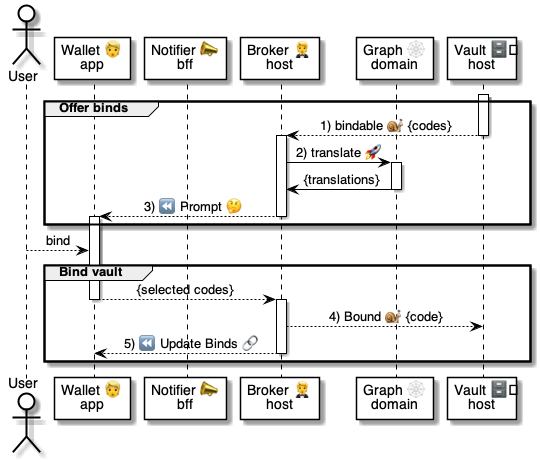
This is 5 ⏩ Flows/80 🗄️⏩ Vaults/.📎 Assets/⚙️ Bind vault.png from pollyweb-org/pollyweb-docs, a PlantUML export, as it was before one commit. Its source is kept beside it as 5 ⏩ Flows/80 🗄️⏩ Vaults/.📎 Assets/⚙️ Bind vault.puml.
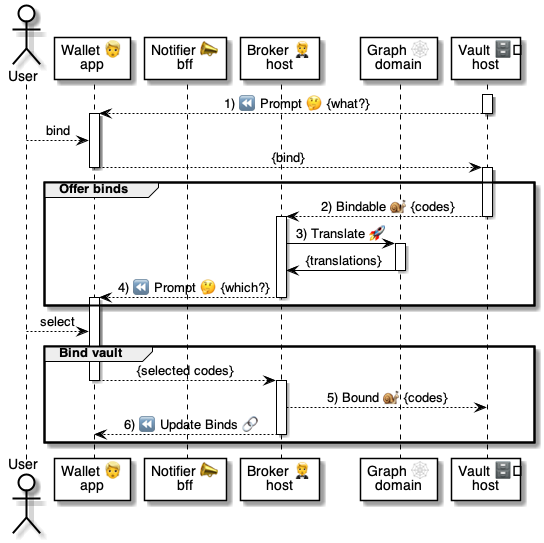
The same file after the commit.

Diff of the diagram source:
```diff
@@ -10,20 +10,29 @@
 
 
 activate vault
+vault --> wallet: 1) ⏪ Prompt 🤔 {what?}
+deactivate vault
+
+activate wallet
+user --> wallet: bind
+wallet --> vault: {bind}
+deactivate wallet
+
+activate vault
 
 group Offer binds
 
-    vault --> broker: 1) Bindable 🐌 {codes}
+    vault --> broker: 2) Bindable 🐌 {codes}
     deactivate vault
 
     activate broker
 
-        broker -> graph: 2) Translate 🚀
+        broker -> graph: 3) Translate 🚀
         activate graph
             graph -> broker: {translations}
         deactivate
 
-        broker --> wallet: 3) ⏪ Prompt 🤔
+        broker --> wallet: 4) ⏪ Prompt 🤔 {which?}
     deactivate broker
 
     activate wallet
@@ -32,7 +41,7 @@
 
 
 
-user --> wallet: bind
+user --> wallet: select
 
 
 group Bind vault
@@ -41,8 +50,8 @@
     deactivate wallet
 
     activate broker
-        broker --> vault: 4) Bound 🐌 {codes}
-        broker --> wallet:  5) ⏪ Update Binds 🔗
+        broker --> vault: 5) Bound 🐌 {codes}
+        broker --> wallet:  6) ⏪ Update Binds 🔗
     deactivate broker
 
 end group
```
